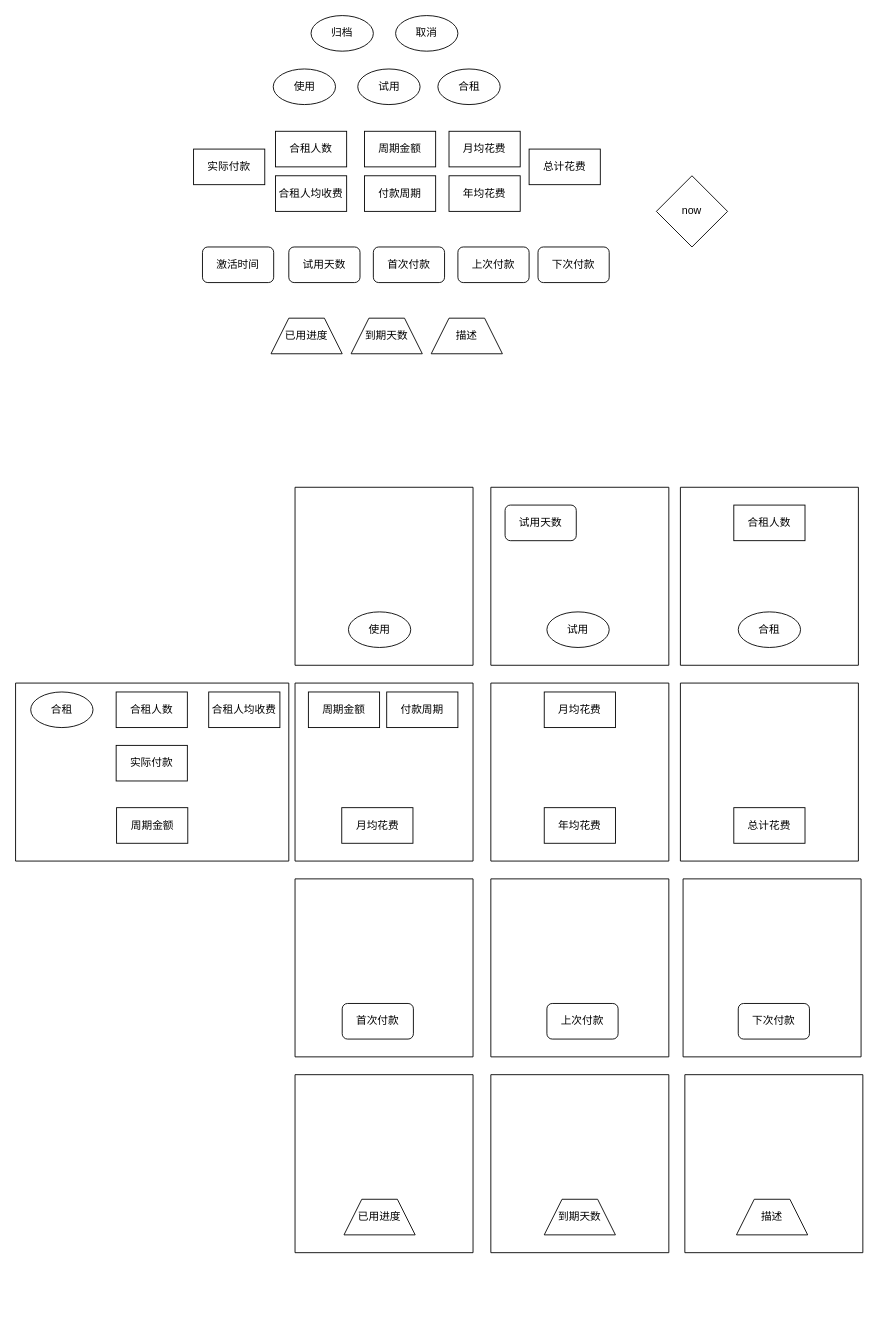
This is 软件订阅管理/软件订阅管理.drawio from Samiya321/draw.io, a draw.io file, before an edit. Source tidied: cells renumbered, new cells numbered last; positions are measured from the earlier drawing's top-left corner, leaving out a move shared by most shapes. Both pictures are drawn from the tidied source at 89%, with x=0, y=0 at pixel (15, 15).
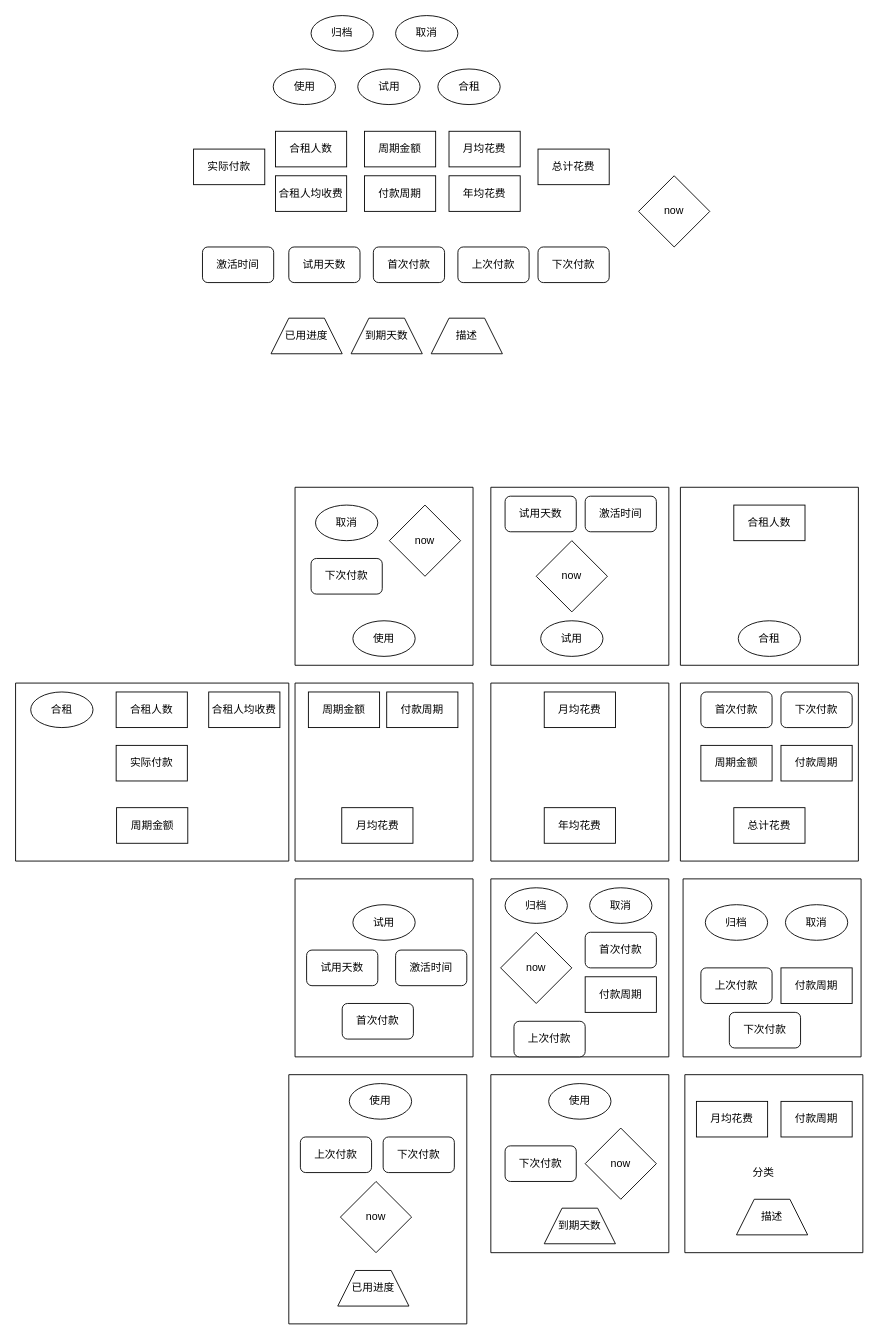
After the change.

Commit message:
更新软件订阅管理.drawio

Unchanged cells that the change refers to:
```xml
<mxCell id="36" style="swimlane;startSize=0;rounded=0;" parent="1" vertex="1">
  <mxGeometry x="747" y="750" width="200" height="200" as="geometry" />
</mxCell>
<mxCell id="38" style="swimlane;startSize=0;rounded=0;" parent="1" vertex="1">
  <mxGeometry x="314" y="530" width="200" height="200" as="geometry" />
</mxCell>
<mxCell id="40" style="swimlane;startSize=0;rounded=0;" parent="1" vertex="1">
  <mxGeometry x="747" y="530" width="200" height="200" as="geometry" />
</mxCell>
<mxCell id="43" style="swimlane;startSize=0;rounded=0;" parent="1" vertex="1">
  <mxGeometry x="534" y="530" width="200" height="200" as="geometry" />
</mxCell>
<mxCell id="47" style="swimlane;startSize=0;rounded=0;" parent="1" vertex="1">
  <mxGeometry x="314" y="970" width="200" height="200" as="geometry" />
</mxCell>
<mxCell id="49" style="swimlane;startSize=0;rounded=0;" parent="1" vertex="1">
  <mxGeometry x="534" y="970" width="200" height="200" as="geometry" />
</mxCell>
<mxCell id="51" style="swimlane;startSize=0;rounded=0;" parent="1" vertex="1">
  <mxGeometry x="750" y="970" width="200" height="200" as="geometry" />
</mxCell>
<mxCell id="55" style="swimlane;startSize=0;rounded=0;" parent="1" vertex="1">
  <mxGeometry x="534" y="1190" width="200" height="200" as="geometry" />
</mxCell>
<mxCell id="57" style="swimlane;startSize=0;rounded=0;" parent="1" vertex="1">
  <mxGeometry x="752" y="1190" width="200" height="200" as="geometry" />
</mxCell>
```

Diff of the diagram source:
```diff
@@
     <mxCell id="14" value="总计花费" style="whiteSpace=wrap;html=1;rounded=0;" parent="1" vertex="1">
-      <mxGeometry x="577" y="150" width="80" height="40" as="geometry" />
+      <mxGeometry x="587" y="150" width="80" height="40" as="geometry" />
     </mxCell>
@@
+    <mxCell id="59" value="首次付款" style="rounded=1;whiteSpace=wrap;html=1;" parent="36" vertex="1">
+      <mxGeometry x="23" y="10" width="80" height="40" as="geometry" />
+    </mxCell>
+    <mxCell id="60" value="下次付款" style="rounded=1;whiteSpace=wrap;html=1;" parent="36" vertex="1">
+      <mxGeometry x="113" y="10" width="80" height="40" as="geometry" />
+    </mxCell>
+    <mxCell id="61" value="周期金额" style="whiteSpace=wrap;html=1;rounded=0;" parent="36" vertex="1">
+      <mxGeometry x="23" y="70" width="80" height="40" as="geometry" />
+    </mxCell>
+    <mxCell id="62" value="付款周期" style="whiteSpace=wrap;html=1;rounded=0;" parent="36" vertex="1">
+      <mxGeometry x="113" y="70" width="80" height="40" as="geometry" />
+    </mxCell>
@@
     <mxCell id="39" value="使用" style="ellipse;whiteSpace=wrap;html=1;rounded=0;" parent="38" vertex="1">
-      <mxGeometry x="60" y="140" width="70" height="40" as="geometry" />
+      <mxGeometry x="65" y="150" width="70" height="40" as="geometry" />
     </mxCell>
+    <mxCell id="63" value="now" style="rhombus;whiteSpace=wrap;html=1;rounded=0;" parent="38" vertex="1">
+      <mxGeometry x="106" y="20" width="80" height="80" as="geometry" />
+    </mxCell>
+    <mxCell id="64" value="下次付款" style="rounded=1;whiteSpace=wrap;html=1;" parent="38" vertex="1">
+      <mxGeometry x="18" y="80" width="80" height="40" as="geometry" />
+    </mxCell>
+    <mxCell id="65" value="取消" style="ellipse;whiteSpace=wrap;html=1;rounded=0;" parent="38" vertex="1">
+      <mxGeometry x="23" y="20" width="70" height="40" as="geometry" />
+    </mxCell>
@@
     <mxCell id="41" value="合租" style="ellipse;whiteSpace=wrap;html=1;rounded=0;" parent="40" vertex="1">
-      <mxGeometry x="65" y="140" width="70" height="40" as="geometry" />
+      <mxGeometry x="65" y="150" width="70" height="40" as="geometry" />
     </mxCell>
@@
     <mxCell id="44" value="试用" style="ellipse;whiteSpace=wrap;html=1;rounded=0;" parent="43" vertex="1">
-      <mxGeometry x="63" y="140" width="70" height="40" as="geometry" />
+      <mxGeometry x="56" y="150" width="70" height="40" as="geometry" />
     </mxCell>
     <mxCell id="45" value="试用天数" style="rounded=1;whiteSpace=wrap;html=1;" parent="43" vertex="1">
-      <mxGeometry x="16" y="20" width="80" height="40" as="geometry" />
+      <mxGeometry x="16" y="10" width="80" height="40" as="geometry" />
     </mxCell>
-    <mxCell id="46" value="now" style="rhombus;whiteSpace=wrap;html=1;rounded=0;" parent="1" vertex="1">
-      <mxGeometry x="720" y="180" width="80" height="80" as="geometry" />
-    </mxCell>
+    <mxCell id="66" value="激活时间" style="rounded=1;whiteSpace=wrap;html=1;" parent="43" vertex="1">
+      <mxGeometry x="106" y="10" width="80" height="40" as="geometry" />
+    </mxCell>
+    <mxCell id="67" value="now" style="rhombus;whiteSpace=wrap;html=1;rounded=0;" parent="43" vertex="1">
+      <mxGeometry x="51" y="60" width="80" height="80" as="geometry" />
+    </mxCell>
@@
+    <mxCell id="68" value="激活时间" style="rounded=1;whiteSpace=wrap;html=1;" parent="47" vertex="1">
+      <mxGeometry x="113" y="80" width="80" height="40" as="geometry" />
+    </mxCell>
+    <mxCell id="69" value="试用天数" style="rounded=1;whiteSpace=wrap;html=1;" parent="47" vertex="1">
+      <mxGeometry x="13" y="80" width="80" height="40" as="geometry" />
+    </mxCell>
+    <mxCell id="70" value="试用" style="ellipse;whiteSpace=wrap;html=1;rounded=0;" parent="47" vertex="1">
+      <mxGeometry x="65" y="29" width="70" height="40" as="geometry" />
+    </mxCell>
@@
     <mxCell id="50" value="上次付款" style="rounded=1;whiteSpace=wrap;html=1;" parent="49" vertex="1">
-      <mxGeometry x="63" y="140" width="80" height="40" as="geometry" />
+      <mxGeometry x="26" y="160" width="80" height="40" as="geometry" />
     </mxCell>
+    <mxCell id="71" value="取消" style="ellipse;whiteSpace=wrap;html=1;rounded=0;" parent="49" vertex="1">
+      <mxGeometry x="111" y="10" width="70" height="40" as="geometry" />
+    </mxCell>
+    <mxCell id="72" value="归档" style="ellipse;whiteSpace=wrap;html=1;rounded=0;" parent="49" vertex="1">
+      <mxGeometry x="16" y="10" width="70" height="40" as="geometry" />
+    </mxCell>
+    <mxCell id="73" value="now" style="rhombus;whiteSpace=wrap;html=1;rounded=0;" parent="49" vertex="1">
+      <mxGeometry x="11" y="60" width="80" height="80" as="geometry" />
+    </mxCell>
+    <mxCell id="74" value="首次付款" style="rounded=1;whiteSpace=wrap;html=1;" parent="49" vertex="1">
+      <mxGeometry x="106" y="60" width="80" height="40" as="geometry" />
+    </mxCell>
+    <mxCell id="75" value="付款周期" style="whiteSpace=wrap;html=1;rounded=0;" parent="49" vertex="1">
+      <mxGeometry x="106" y="110" width="80" height="40" as="geometry" />
+    </mxCell>
@@
     <mxCell id="52" value="下次付款" style="rounded=1;whiteSpace=wrap;html=1;" parent="51" vertex="1">
-      <mxGeometry x="62" y="140" width="80" height="40" as="geometry" />
+      <mxGeometry x="52" y="150" width="80" height="40" as="geometry" />
     </mxCell>
+    <mxCell id="76" value="上次付款" style="rounded=1;whiteSpace=wrap;html=1;" parent="51" vertex="1">
+      <mxGeometry x="20" y="100" width="80" height="40" as="geometry" />
+    </mxCell>
+    <mxCell id="77" value="付款周期" style="whiteSpace=wrap;html=1;rounded=0;" parent="51" vertex="1">
+      <mxGeometry x="110" y="100" width="80" height="40" as="geometry" />
+    </mxCell>
+    <mxCell id="78" value="归档" style="ellipse;whiteSpace=wrap;html=1;rounded=0;" parent="51" vertex="1">
+      <mxGeometry x="25" y="29" width="70" height="40" as="geometry" />
+    </mxCell>
+    <mxCell id="79" value="取消" style="ellipse;whiteSpace=wrap;html=1;rounded=0;" parent="51" vertex="1">
+      <mxGeometry x="115" y="29" width="70" height="40" as="geometry" />
+    </mxCell>
     <mxCell id="53" style="swimlane;startSize=0;rounded=0;" parent="1" vertex="1">
-      <mxGeometry x="314" y="1190" width="200" height="200" as="geometry" />
+      <mxGeometry x="307" y="1190" width="200" height="280" as="geometry" />
     </mxCell>
     <mxCell id="54" value="已用进度" style="shape=trapezoid;perimeter=trapezoidPerimeter;whiteSpace=wrap;html=1;fixedSize=1;rounded=0;" parent="53" vertex="1">
-      <mxGeometry x="55" y="140" width="80" height="40" as="geometry" />
+      <mxGeometry x="55" y="220" width="80" height="40" as="geometry" />
     </mxCell>
+    <mxCell id="80" value="使用" style="ellipse;whiteSpace=wrap;html=1;rounded=0;" parent="53" vertex="1">
+      <mxGeometry x="68" y="10" width="70" height="40" as="geometry" />
+    </mxCell>
+    <mxCell id="81" value="上次付款" style="rounded=1;whiteSpace=wrap;html=1;" parent="53" vertex="1">
+      <mxGeometry x="13" y="70" width="80" height="40" as="geometry" />
+    </mxCell>
+    <mxCell id="82" value="下次付款" style="rounded=1;whiteSpace=wrap;html=1;" parent="53" vertex="1">
+      <mxGeometry x="106" y="70" width="80" height="40" as="geometry" />
+    </mxCell>
+    <mxCell id="83" value="now" style="rhombus;whiteSpace=wrap;html=1;rounded=0;" parent="53" vertex="1">
+      <mxGeometry x="58" y="120" width="80" height="80" as="geometry" />
+    </mxCell>
@@
     <mxCell id="56" value="到期天数" style="shape=trapezoid;perimeter=trapezoidPerimeter;whiteSpace=wrap;html=1;fixedSize=1;rounded=0;" parent="55" vertex="1">
-      <mxGeometry x="60" y="140" width="80" height="40" as="geometry" />
+      <mxGeometry x="60" y="150" width="80" height="40" as="geometry" />
     </mxCell>
+    <mxCell id="84" value="使用" style="ellipse;whiteSpace=wrap;html=1;rounded=0;" parent="55" vertex="1">
+      <mxGeometry x="65" y="10" width="70" height="40" as="geometry" />
+    </mxCell>
+    <mxCell id="85" value="下次付款" style="rounded=1;whiteSpace=wrap;html=1;" parent="55" vertex="1">
+      <mxGeometry x="16" y="80" width="80" height="40" as="geometry" />
+    </mxCell>
+    <mxCell id="86" value="now" style="rhombus;whiteSpace=wrap;html=1;rounded=0;" parent="55" vertex="1">
+      <mxGeometry x="106" y="60" width="80" height="80" as="geometry" />
+    </mxCell>
@@
+    <mxCell id="87" value="月均花费" style="whiteSpace=wrap;html=1;rounded=0;" parent="57" vertex="1">
+      <mxGeometry x="13" y="30" width="80" height="40" as="geometry" />
+    </mxCell>
+    <mxCell id="88" value="付款周期" style="whiteSpace=wrap;html=1;rounded=0;" parent="57" vertex="1">
+      <mxGeometry x="108" y="30" width="80" height="40" as="geometry" />
+    </mxCell>
+    <mxCell id="89" value="分类" style="text;html=1;align=center;verticalAlign=middle;strokeColor=none;fillColor=none;" parent="57" vertex="1">
+      <mxGeometry x="68" y="100" width="40" height="20" as="geometry" />
+    </mxCell>
+    <mxCell id="46" value="now" style="rhombus;whiteSpace=wrap;html=1;rounded=0;" parent="1" vertex="1">
+      <mxGeometry x="700" y="180" width="80" height="80" as="geometry" />
+    </mxCell>
```
